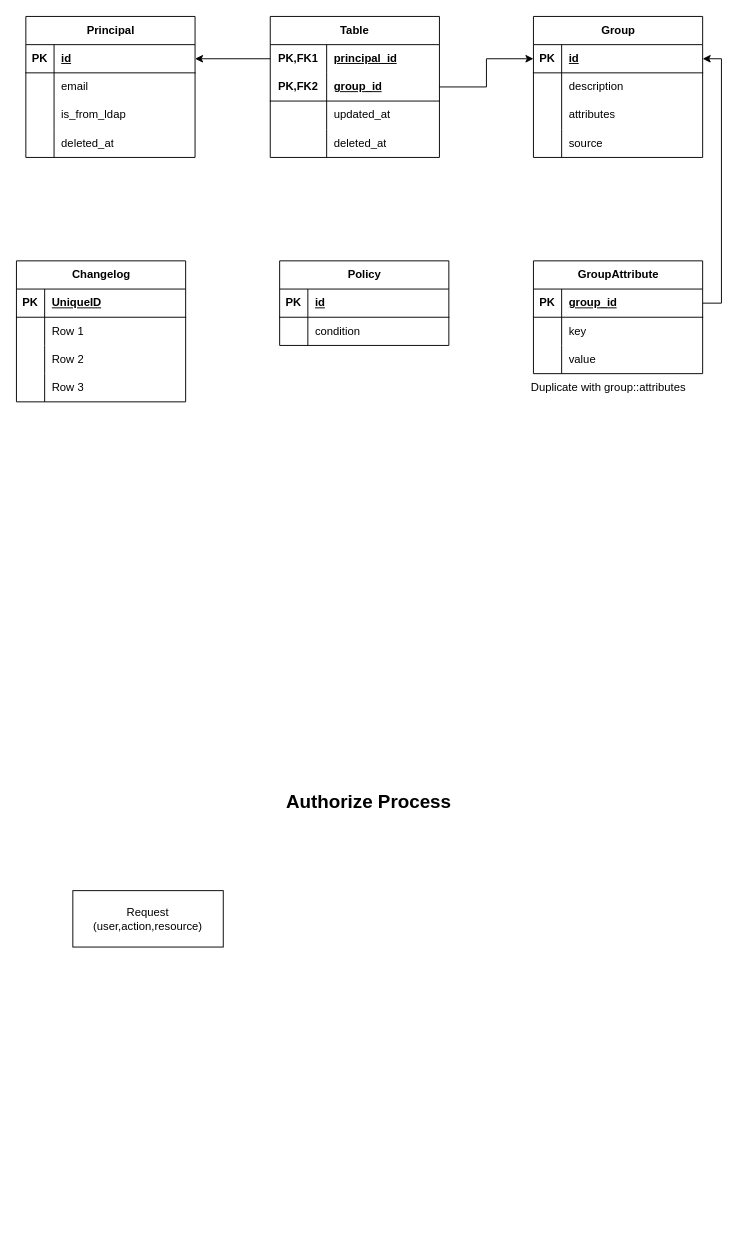
This is CSS Authorization ABAC+RBAC.drawio from evagle/awesome, a draw.io file, before an edit. Source tidied: cells renumbered, new cells numbered last; positions are measured from the earlier drawing's top-left corner, leaving out a move shared by most shapes. Both pictures are drawn from the tidied source at 94%, with x=0, y=0 at pixel (16, 16).
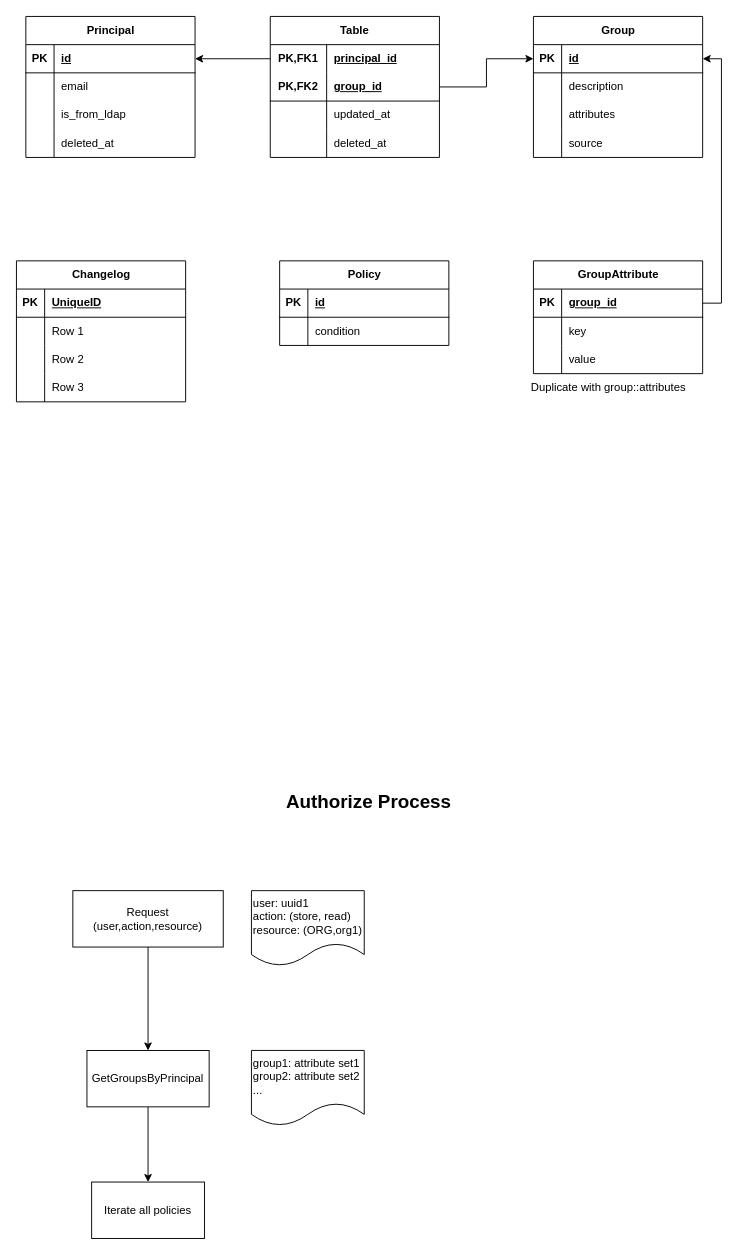
The same page after the edit.

The change refers to these unchanged cells:
```xml
<mxCell id="75" value="Request&lt;br&gt;(user,action,resource)" style="rounded=0;whiteSpace=wrap;html=1;" parent="1" vertex="1">
  <mxGeometry x="60" y="930" width="160" height="60" as="geometry" />
</mxCell>
```

The edit, as a diff of the source:
```diff
@@
+    <mxCell id="77" style="edgeStyle=orthogonalEdgeStyle;rounded=0;jettySize=auto;html=1;" parent="1" edge="1" source="75" target="80">
+      <mxGeometry relative="1" as="geometry" />
+    </mxCell>
@@
+    <mxCell id="78" value="user: uuid1&lt;br&gt;action: (store, read)&lt;br&gt;resource: (ORG,org1)" style="shape=document;whiteSpace=wrap;html=1;boundedLbl=1;align=left;" parent="1" vertex="1">
+      <mxGeometry x="250" y="930" width="120" height="80" as="geometry" />
+    </mxCell>
+    <mxCell id="79" style="edgeStyle=orthogonalEdgeStyle;rounded=0;jettySize=auto;html=1;" parent="1" edge="1" source="80" target="82">
+      <mxGeometry relative="1" as="geometry" />
+    </mxCell>
+    <mxCell id="80" value="GetGroupsByPrincipal" style="whiteSpace=wrap;html=1;rounded=0;" parent="1" vertex="1">
+      <mxGeometry x="75" y="1100" width="130" height="60" as="geometry" />
+    </mxCell>
+    <mxCell id="81" value="group1: attribute set1&lt;br&gt;group2: attribute set2&lt;br&gt;..." style="shape=document;whiteSpace=wrap;html=1;boundedLbl=1;align=left;" parent="1" vertex="1">
+      <mxGeometry x="250" y="1100" width="120" height="80" as="geometry" />
+    </mxCell>
+    <mxCell id="82" value="Iterate all policies" style="rounded=0;whiteSpace=wrap;html=1;" parent="1" vertex="1">
+      <mxGeometry x="80" y="1240" width="120" height="60" as="geometry" />
+    </mxCell>
```
